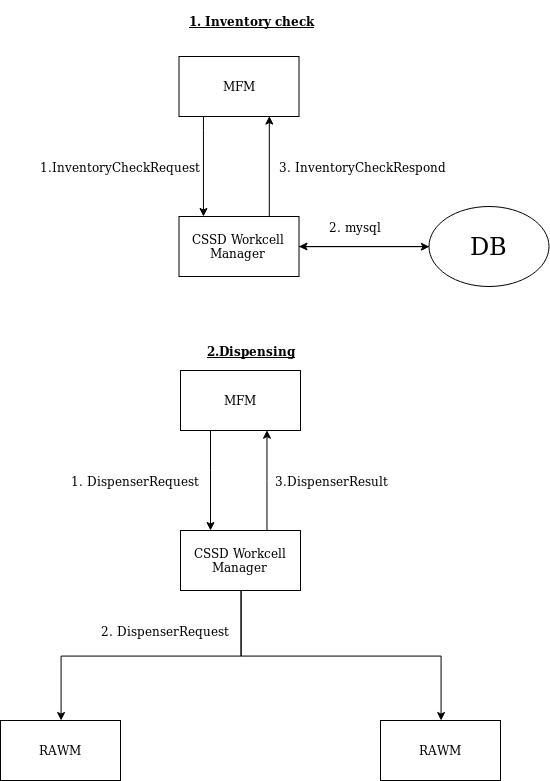
Before: documentations/RAM_logic.png, a diagram exported from draw.io (kerliang0801/cssd_workcell_manager). Source tidied: cells renumbered, new cells last; positions are measured from the earlier drawing's top-left corner, leaving out a move shared by most shapes.
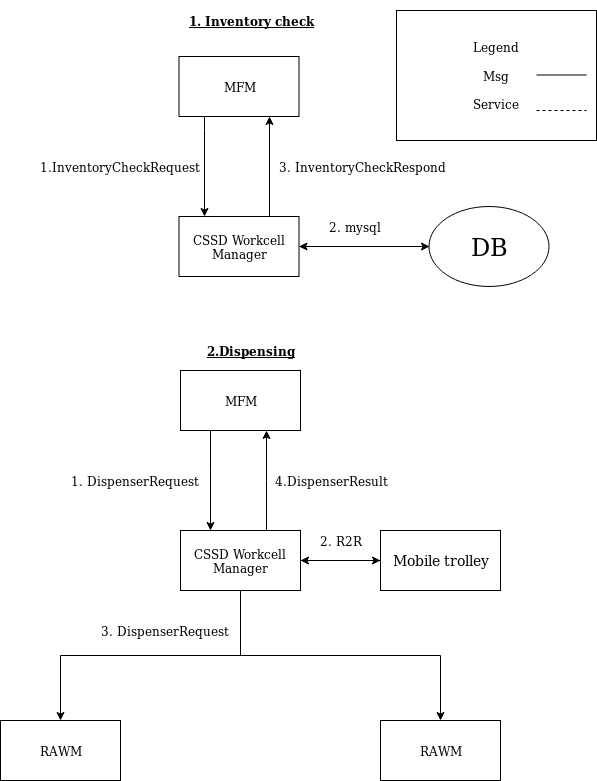
The same file after the commit.

Commit message:
changed logic diagram

Change to the diagram source:
```diff
@@ -33,9 +33,18 @@
         </Array>
       </mxGeometry>
     </mxCell>
+    <mxCell id="25" style="edgeStyle=orthogonalEdgeStyle;rounded=0;jettySize=auto;html=1;" parent="1" edge="1" source="7" target="27">
+      <mxGeometry relative="1" as="geometry" />
+    </mxCell>
     <mxCell id="7" value="CSSD Workcell Manager" style="rounded=0;whiteSpace=wrap;html=1;" parent="1" vertex="1">
       <mxGeometry x="180" y="530" width="120" height="60" as="geometry" />
     </mxCell>
+    <mxCell id="26" style="edgeStyle=orthogonalEdgeStyle;rounded=0;jettySize=auto;html=1;entryX=1;entryY=0.5;entryDx=0;entryDy=0;" parent="1" edge="1" source="27" target="7">
+      <mxGeometry relative="1" as="geometry" />
+    </mxCell>
+    <mxCell id="27" value="&lt;font style=&quot;font-size: 14px&quot;&gt;Mobile trolley&lt;/font&gt;" style="rounded=0;whiteSpace=wrap;html=1;" parent="1" vertex="1">
+      <mxGeometry x="380" y="530" width="120" height="60" as="geometry" />
+    </mxCell>
     <mxCell id="8" value="RAWM" style="rounded=0;whiteSpace=wrap;html=1;" parent="1" vertex="1">
       <mxGeometry y="720" width="120" height="60" as="geometry" />
     </mxCell>
@@ -86,11 +95,29 @@
     <mxCell id="22" value="&lt;u&gt;&lt;b&gt;2.Dispensing&lt;/b&gt;&lt;/u&gt;" style="text;html=1;strokeColor=none;fillColor=none;align=center;verticalAlign=middle;whiteSpace=wrap;rounded=0;" parent="1" vertex="1">
       <mxGeometry x="181.5" y="330" width="137" height="40" as="geometry" />
     </mxCell>
-    <mxCell id="23" value="3.DispenserResult" style="text;html=1;strokeColor=none;fillColor=none;align=center;verticalAlign=middle;whiteSpace=wrap;rounded=0;" parent="1" vertex="1">
+    <mxCell id="23" value="4.DispenserResult" style="text;html=1;strokeColor=none;fillColor=none;align=center;verticalAlign=middle;whiteSpace=wrap;rounded=0;" parent="1" vertex="1">
       <mxGeometry x="310" y="470" width="40" height="20" as="geometry" />
     </mxCell>
-    <mxCell id="24" value="2. DispenserRequest" style="text;html=1;strokeColor=none;fillColor=none;align=center;verticalAlign=middle;whiteSpace=wrap;rounded=0;" parent="1" vertex="1">
+    <mxCell id="24" value="3. DispenserRequest" style="text;html=1;strokeColor=none;fillColor=none;align=center;verticalAlign=middle;whiteSpace=wrap;rounded=0;" parent="1" vertex="1">
       <mxGeometry x="100" y="610" width="130" height="40" as="geometry" />
     </mxCell>
+    <mxCell id="28" value="2. R2R" style="text;html=1;strokeColor=none;fillColor=none;align=center;verticalAlign=middle;whiteSpace=wrap;rounded=0;" parent="1" vertex="1">
+      <mxGeometry x="310" y="530" width="60" height="20" as="geometry" />
+    </mxCell>
+    <mxCell id="29" value="&lt;div&gt;Legend&lt;/div&gt;&lt;div&gt;&lt;br&gt;&lt;/div&gt;&lt;div align=&quot;center&quot;&gt;Msg &lt;br&gt;&lt;/div&gt;&lt;div align=&quot;center&quot;&gt;&lt;br&gt;&lt;/div&gt;&lt;div align=&quot;center&quot;&gt;Service&lt;br&gt;&lt;/div&gt;" style="rounded=0;whiteSpace=wrap;html=1;align=center;" parent="1" vertex="1">
+      <mxGeometry x="396" y="10" width="200" height="130" as="geometry" />
+    </mxCell>
+    <mxCell id="30" style="endArrow=none;html=1;" parent="1" edge="1">
+      <mxGeometry relative="1" as="geometry">
+        <mxPoint x="536" y="74.5" as="sourcePoint" />
+        <mxPoint x="586" y="74.5" as="targetPoint" />
+      </mxGeometry>
+    </mxCell>
+    <mxCell id="31" style="endArrow=none;dashed=1;html=1;" parent="1" edge="1">
+      <mxGeometry relative="1" as="geometry">
+        <mxPoint x="536" y="110" as="sourcePoint" />
+        <mxPoint x="586" y="110" as="targetPoint" />
+      </mxGeometry>
+    </mxCell>
   </root>
 </mxGraphModel>
```
